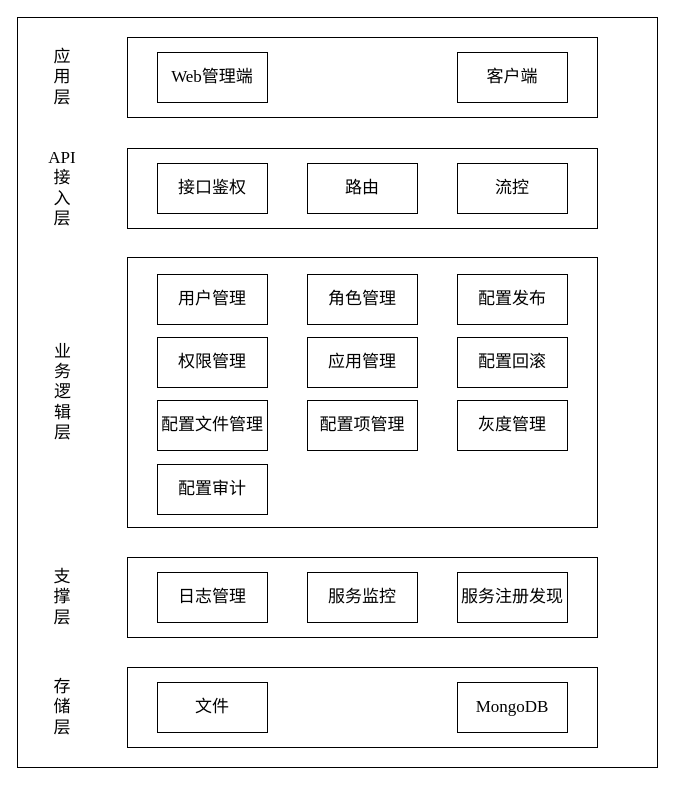
This is page "体系架构" (11 of 11) of 泳道图.drawio from WWj5921/ConfigCenter, a draw.io file, before an edit. Source tidied: cells renumbered, new cells numbered last; positions are measured from the earlier drawing's top-left corner, leaving out a move shared by most shapes. Both pictures are drawn from the tidied source at 100%, with x=0, y=0 at pixel (17, 17).
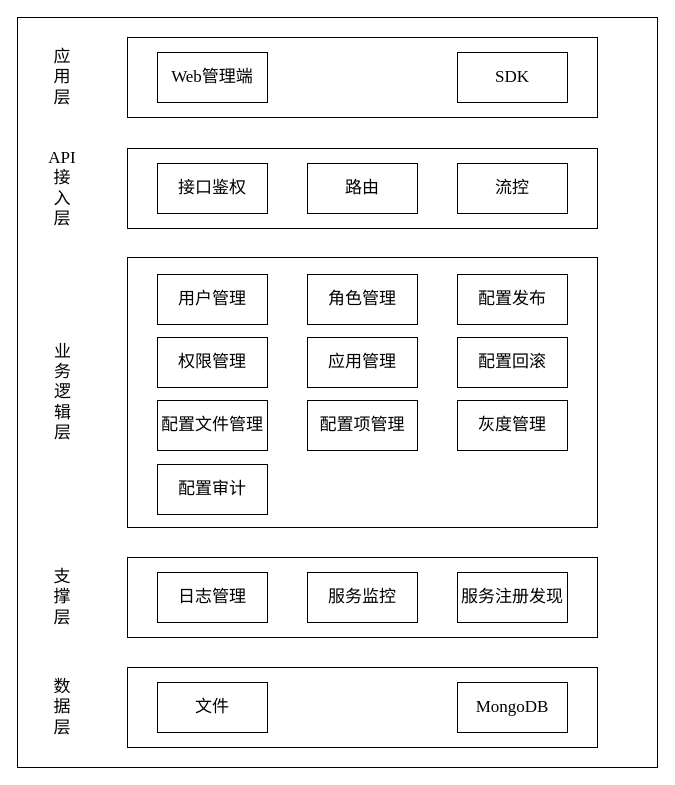
Above is the later version.

The edit, as a diff of the source:
```diff
@@
-    <mxCell id="9" value="客户端" style="rounded=0;whiteSpace=wrap;html=1;fontFamily=华文宋体;fontSize=17;fontColor=none;strokeWidth=1;fillColor=default;" parent="1" vertex="1">
+    <mxCell id="9" value="&lt;font face=&quot;Times New Roman&quot;&gt;SDK&lt;/font&gt;" style="rounded=0;whiteSpace=wrap;html=1;fontFamily=华文宋体;fontSize=17;fontColor=none;strokeWidth=1;fillColor=default;" parent="1" vertex="1">
       <mxGeometry x="440" y="35" width="110" height="50" as="geometry" />
     </mxCell>
@@
-    <mxCell id="32" value="存储层" style="text;html=1;strokeColor=none;fillColor=none;align=center;verticalAlign=middle;whiteSpace=wrap;rounded=0;fontFamily=华文宋体;fontSize=17;fontColor=none;" parent="1" vertex="1">
+    <mxCell id="32" value="数据层" style="text;html=1;strokeColor=none;fillColor=none;align=center;verticalAlign=middle;whiteSpace=wrap;rounded=0;fontFamily=华文宋体;fontSize=17;fontColor=none;" parent="1" vertex="1">
       <mxGeometry x="30" y="650" width="30" height="80" as="geometry" />
     </mxCell>
```
